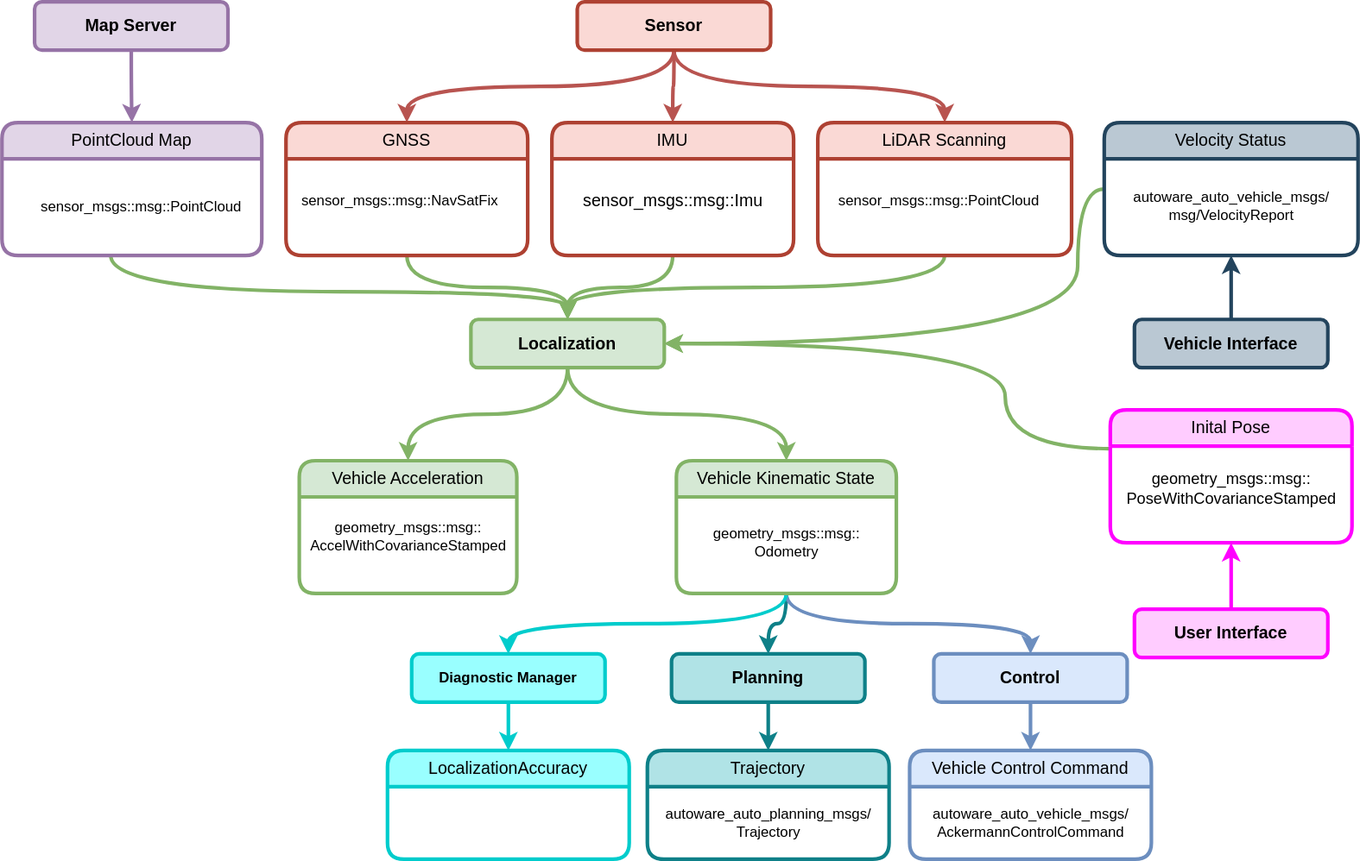
This is docs/design/autoware-interfaces/components/images/Localization-Bus-ODD-Architecture.drawio.svg from autowarefoundation/autoware-documentation, a draw.io export, as it was before one commit. Source tidied: cells renumbered, new cells last; positions are measured from the earlier drawing's top-left corner, leaving out a move shared by most shapes.
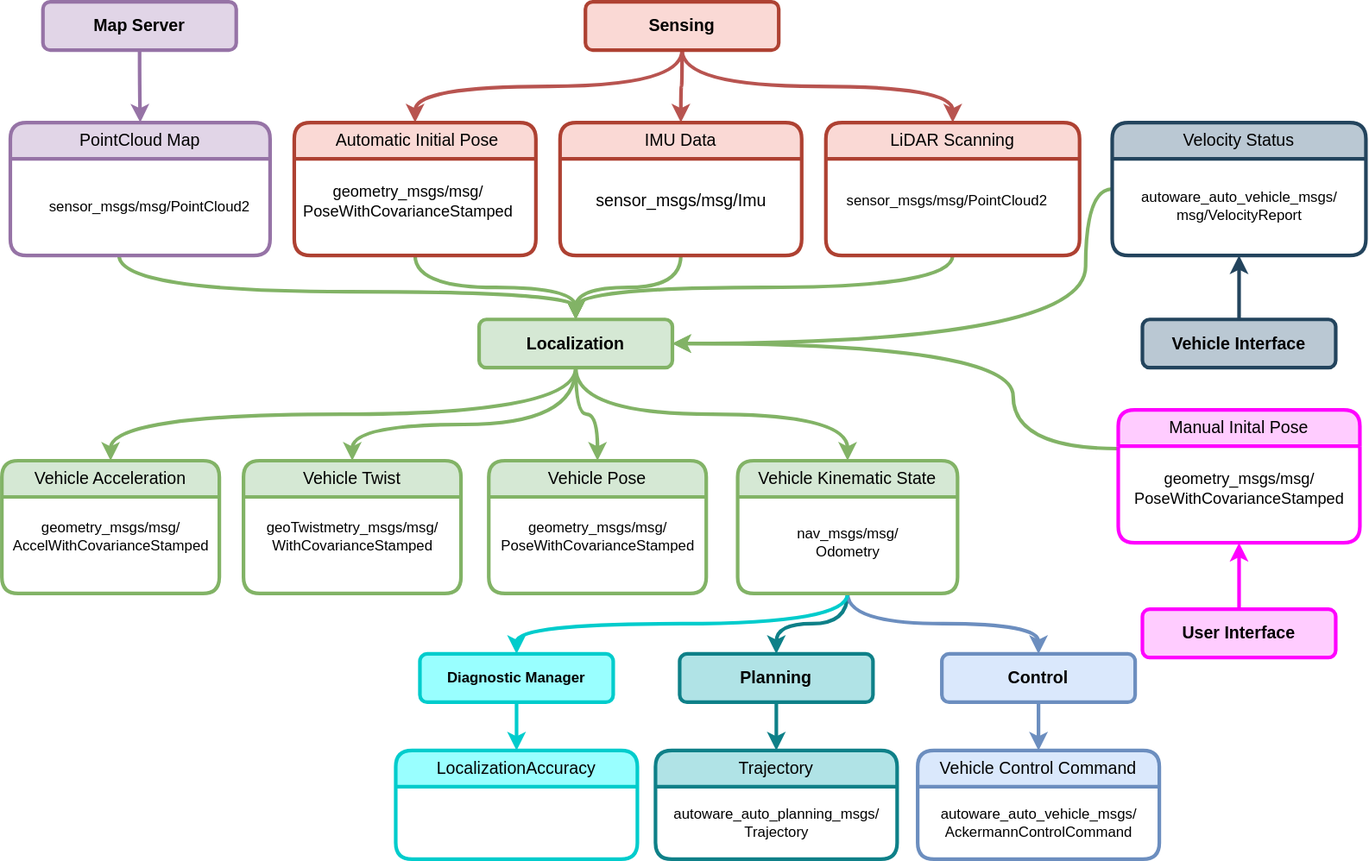
Above is the later version.

Commit message:
docs(design/autoware-interfaces): add localization interface

Diff of the diagram source:
```diff
@@ -11,10 +11,10 @@
         </Array>
       </mxGeometry>
     </mxCell>
-    <mxCell id="3" value="Inital Pose" style="swimlane;whiteSpace=wrap;html=1;rounded=1;fillColor=#FFCCFF;strokeColor=#ff00ff;strokeWidth=3;startSize=30;fontStyle=0;fontSize=14;" parent="1" vertex="1">
+    <mxCell id="3" value="Manual Inital Pose" style="swimlane;whiteSpace=wrap;html=1;rounded=1;fillColor=#FFCCFF;strokeColor=#ff00ff;strokeWidth=3;startSize=30;fontStyle=0;fontSize=14;" parent="1" vertex="1">
       <mxGeometry x="917" y="338" width="200" height="110" as="geometry" />
     </mxCell>
-    <mxCell id="4" value="&lt;div style=&quot;font-size: 13px;&quot;&gt;&lt;font style=&quot;font-size: 13px;&quot;&gt;geometry_msgs::msg::&lt;/font&gt;&lt;/div&gt;&lt;div style=&quot;font-size: 13px;&quot;&gt;&lt;font style=&quot;font-size: 13px;&quot;&gt;PoseWithCovarianceStamped&lt;/font&gt;&lt;/div&gt;" style="text;html=1;align=center;verticalAlign=middle;strokeColor=none;fillColor=none;" parent="3" vertex="1">
+    <mxCell id="4" value="&lt;div style=&quot;font-size: 13px;&quot;&gt;&lt;font style=&quot;font-size: 13px;&quot;&gt;geometry_msgs/msg/&lt;/font&gt;&lt;/div&gt;&lt;div style=&quot;font-size: 13px;&quot;&gt;&lt;font style=&quot;font-size: 13px;&quot;&gt;PoseWithCovarianceStamped&lt;/font&gt;&lt;/div&gt;" style="text;html=1;align=center;verticalAlign=middle;strokeColor=none;fillColor=none;" parent="3" vertex="1">
       <mxGeometry y="45" width="200" height="40" as="geometry" />
     </mxCell>
     <mxCell id="5" style="edgeStyle=orthogonalEdgeStyle;curved=1;rounded=1;jettySize=auto;html=1;strokeWidth=3;exitX=0.5;exitY=1;exitDx=0;exitDy=0;fillColor=#d5e8d4;strokeColor=#82b366;" parent="1" edge="1" source="7" target="42">
@@ -23,6 +23,17 @@
     <mxCell id="6" style="edgeStyle=orthogonalEdgeStyle;curved=1;rounded=0;jettySize=auto;html=1;strokeColor=#82b366;strokeWidth=3;fontSize=14;exitX=0.5;exitY=1;exitDx=0;exitDy=0;fillColor=#d5e8d4;" parent="1" edge="1" source="7" target="46">
       <mxGeometry relative="1" as="geometry" />
     </mxCell>
+    <mxCell id="51" style="edgeStyle=orthogonalEdgeStyle;rounded=0;jettySize=auto;html=1;curved=1;fillColor=#d5e8d4;strokeColor=#82b366;strokeWidth=3;exitX=0.5;exitY=1;exitDx=0;exitDy=0;" parent="1" edge="1" source="7" target="53">
+      <mxGeometry relative="1" as="geometry">
+        <Array as="points">
+          <mxPoint x="468" y="350" />
+          <mxPoint x="283" y="350" />
+        </Array>
+      </mxGeometry>
+    </mxCell>
+    <mxCell id="52" style="edgeStyle=orthogonalEdgeStyle;curved=1;rounded=0;jettySize=auto;html=1;entryX=0.5;entryY=0;entryDx=0;entryDy=0;strokeWidth=3;fillColor=#d5e8d4;strokeColor=#82b366;" parent="1" edge="1" source="7" target="55">
+      <mxGeometry relative="1" as="geometry" />
+    </mxCell>
     <mxCell id="7" value="&lt;font style=&quot;font-size: 14px;&quot;&gt;&lt;b&gt;&lt;font style=&quot;font-size: 14px;&quot;&gt;Localization&lt;/font&gt;&lt;/b&gt;&lt;/font&gt;" style="rounded=1;whiteSpace=wrap;html=1;fillColor=#d5e8d4;strokeColor=#82b366;strokeWidth=3;" parent="1" vertex="1">
       <mxGeometry x="388" y="263" width="160" height="40" as="geometry" />
     </mxCell>
@@ -56,7 +67,7 @@
     <mxCell id="15" value="&lt;font style=&quot;font-size: 14px;&quot;&gt;PointCloud Map&lt;/font&gt;" style="swimlane;whiteSpace=wrap;html=1;rounded=1;fillColor=#e1d5e7;strokeColor=#9673a6;strokeWidth=3;startSize=30;fontStyle=0;" parent="1" vertex="1">
       <mxGeometry y="100" width="215" height="110" as="geometry" />
     </mxCell>
-    <mxCell id="16" value="sensor_msgs::msg::PointCloud" style="text;html=1;align=center;verticalAlign=middle;strokeColor=none;fillColor=none;fontSize=12;" parent="15" vertex="1">
+    <mxCell id="16" value="sensor_msgs/msg/PointCloud2" style="text;html=1;align=center;verticalAlign=middle;strokeColor=none;fillColor=none;fontSize=12;" parent="15" vertex="1">
       <mxGeometry x="20" y="55" width="190" height="30" as="geometry" />
     </mxCell>
     <mxCell id="17" style="edgeStyle=orthogonalEdgeStyle;curved=1;rounded=1;jettySize=auto;html=1;strokeWidth=3;fillColor=#b0e3e6;strokeColor=#0e8088;exitX=0.5;exitY=1;exitDx=0;exitDy=0;" parent="1" edge="1" source="46" target="11">
@@ -77,26 +88,26 @@
     <mxCell id="22" style="edgeStyle=orthogonalEdgeStyle;curved=1;rounded=0;jettySize=auto;html=1;strokeWidth=3;exitX=0.5;exitY=1;exitDx=0;exitDy=0;fillColor=#f8cecc;strokeColor=#b85450;" parent="1" edge="1" source="23" target="25">
       <mxGeometry relative="1" as="geometry" />
     </mxCell>
-    <mxCell id="23" value="&lt;font style=&quot;font-size: 14px;&quot;&gt;&lt;b&gt;&lt;font style=&quot;font-size: 14px;&quot;&gt;Sensor&lt;/font&gt;&lt;/b&gt;&lt;/font&gt;" style="rounded=1;whiteSpace=wrap;html=1;strokeWidth=3;fillColor=#fad9d5;strokeColor=#ae4132;" parent="1" vertex="1">
+    <mxCell id="23" value="&lt;font style=&quot;font-size: 14px;&quot;&gt;&lt;b&gt;&lt;font style=&quot;font-size: 14px;&quot;&gt;Sensing&lt;/font&gt;&lt;/b&gt;&lt;/font&gt;" style="rounded=1;whiteSpace=wrap;html=1;strokeWidth=3;fillColor=#fad9d5;strokeColor=#ae4132;" parent="1" vertex="1">
       <mxGeometry x="476" width="160" height="40" as="geometry" />
     </mxCell>
     <mxCell id="24" style="edgeStyle=orthogonalEdgeStyle;curved=1;rounded=0;jettySize=auto;html=1;exitX=0.5;exitY=1;exitDx=0;exitDy=0;entryX=0.5;entryY=0;entryDx=0;entryDy=0;strokeColor=#82b366;strokeWidth=3;fillColor=#d5e8d4;" parent="1" edge="1" source="25" target="7">
       <mxGeometry relative="1" as="geometry" />
     </mxCell>
-    <mxCell id="25" value="GNSS" style="swimlane;whiteSpace=wrap;html=1;rounded=1;fillColor=#fad9d5;strokeColor=#ae4132;strokeWidth=3;startSize=30;fontStyle=0;fontSize=14;" parent="1" vertex="1">
+    <mxCell id="25" value="&amp;nbsp;Automatic Initial Pose" style="swimlane;whiteSpace=wrap;html=1;rounded=1;fillColor=#fad9d5;strokeColor=#ae4132;strokeWidth=3;startSize=30;fontStyle=0;fontSize=14;" parent="1" vertex="1">
       <mxGeometry x="235" y="100" width="200" height="110" as="geometry" />
     </mxCell>
-    <mxCell id="26" value="sensor_msgs::msg::NavSatFix" style="text;html=1;align=center;verticalAlign=middle;strokeColor=none;fillColor=none;fontSize=12;" parent="25" vertex="1">
-      <mxGeometry x="-1" y="50" width="190" height="30" as="geometry" />
+    <mxCell id="26" value="&lt;div style=&quot;font-size: 13px;&quot;&gt;&lt;font style=&quot;font-size: 13px;&quot;&gt;geometry_msgs/msg/&lt;/font&gt;&lt;/div&gt;&lt;div style=&quot;font-size: 13px;&quot;&gt;&lt;font style=&quot;font-size: 13px;&quot;&gt;PoseWithCovarianceStamped&lt;/font&gt;&lt;/div&gt;" style="text;html=1;align=center;verticalAlign=middle;strokeColor=none;fillColor=none;fontSize=12;" parent="25" vertex="1">
+      <mxGeometry x="-6" y="45" width="200" height="40" as="geometry" />
     </mxCell>
     <mxCell id="27" style="edgeStyle=orthogonalEdgeStyle;curved=1;rounded=0;jettySize=auto;html=1;exitX=0.5;exitY=1;exitDx=0;exitDy=0;entryX=0.5;entryY=0;entryDx=0;entryDy=0;strokeColor=#82b366;strokeWidth=3;fillColor=#d5e8d4;" parent="1" edge="1" source="28" target="7">
       <mxGeometry relative="1" as="geometry" />
     </mxCell>
-    <mxCell id="28" value="&lt;font style=&quot;font-size: 14px;&quot; face=&quot;Helvetica&quot;&gt;IMU&lt;/font&gt;" style="swimlane;whiteSpace=wrap;html=1;rounded=1;fillColor=#fad9d5;strokeColor=#ae4132;strokeWidth=3;startSize=30;fontStyle=0;fontSize=14;" parent="1" vertex="1">
+    <mxCell id="28" value="&lt;font style=&quot;font-size: 14px;&quot; face=&quot;Helvetica&quot;&gt;IMU Data&lt;br&gt;&lt;/font&gt;" style="swimlane;whiteSpace=wrap;html=1;rounded=1;fillColor=#fad9d5;strokeColor=#ae4132;strokeWidth=3;startSize=30;fontStyle=0;fontSize=14;" parent="1" vertex="1">
       <mxGeometry x="455" y="100" width="200" height="110" as="geometry" />
     </mxCell>
-    <mxCell id="29" value="&lt;font style=&quot;font-size: 14px;&quot;&gt;sensor_msgs::msg::Imu&lt;/font&gt;" style="text;html=1;align=center;verticalAlign=middle;strokeColor=none;fillColor=none;fontSize=12;fontColor=#000000;" parent="28" vertex="1">
-      <mxGeometry x="15" y="50" width="170" height="30" as="geometry" />
+    <mxCell id="29" value="&lt;font style=&quot;font-size: 14px;&quot;&gt;sensor_msgs/msg/Imu&lt;/font&gt;" style="text;html=1;align=center;verticalAlign=middle;strokeColor=none;fillColor=none;fontSize=12;fontColor=#000000;" parent="28" vertex="1">
+      <mxGeometry x="20" y="50" width="160" height="30" as="geometry" />
     </mxCell>
     <mxCell id="30" style="edgeStyle=orthogonalEdgeStyle;curved=1;rounded=0;jettySize=auto;html=1;strokeWidth=3;fillColor=#bac8d3;strokeColor=#23445d;entryX=0.5;entryY=1;entryDx=0;entryDy=0;" parent="1" edge="1" source="31" target="33">
       <mxGeometry relative="1" as="geometry" />
@@ -124,7 +135,7 @@
     <mxCell id="36" value="LiDAR Scanning" style="swimlane;whiteSpace=wrap;html=1;rounded=1;fillColor=#fad9d5;strokeColor=#ae4132;strokeWidth=3;startSize=30;fontStyle=0;fontSize=14;" parent="1" vertex="1">
       <mxGeometry x="675" y="100" width="210" height="110" as="geometry" />
     </mxCell>
-    <mxCell id="37" value="sensor_msgs::msg::PointCloud" style="text;html=1;align=center;verticalAlign=middle;strokeColor=none;fillColor=none;fontSize=12;" parent="36" vertex="1">
+    <mxCell id="37" value="sensor_msgs/msg/PointCloud2" style="text;html=1;align=center;verticalAlign=middle;strokeColor=none;fillColor=none;fontSize=12;" parent="36" vertex="1">
       <mxGeometry x="5" y="50" width="190" height="30" as="geometry" />
     </mxCell>
     <mxCell id="38" value="Vehicle Control Command" style="swimlane;whiteSpace=wrap;html=1;rounded=1;fillColor=#dae8fc;strokeColor=#6c8ebf;strokeWidth=3;startSize=30;fontStyle=0;fontSize=14;" parent="1" vertex="1">
@@ -140,9 +151,9 @@
       <mxGeometry x="5" y="40" width="190" height="40" as="geometry" />
     </mxCell>
     <mxCell id="42" value="Vehicle Acceleration" style="swimlane;whiteSpace=wrap;html=1;rounded=1;fillColor=#d5e8d4;strokeColor=#82b366;strokeWidth=3;startSize=30;fontStyle=0;fontSize=14;" parent="1" vertex="1">
-      <mxGeometry x="246" y="380" width="180" height="110" as="geometry" />
+      <mxGeometry x="-7" y="380" width="180" height="110" as="geometry" />
     </mxCell>
-    <mxCell id="43" value="&lt;div style=&quot;font-size: 12px;&quot;&gt;geometry_msgs::msg::&lt;/div&gt;&lt;div style=&quot;font-size: 12px;&quot;&gt;AccelWithCovarianceStamped&lt;/div&gt;" style="text;html=1;align=center;verticalAlign=middle;strokeColor=none;fillColor=none;fontSize=12;" parent="42" vertex="1">
+    <mxCell id="43" value="&lt;div style=&quot;font-size: 12px;&quot;&gt;geometry_msgs/msg/&lt;/div&gt;&lt;div style=&quot;font-size: 12px;&quot;&gt;AccelWithCovarianceStamped&lt;/div&gt;" style="text;html=1;align=center;verticalAlign=middle;strokeColor=none;fillColor=none;fontSize=12;" parent="42" vertex="1">
       <mxGeometry y="43" width="180" height="40" as="geometry" />
     </mxCell>
     <mxCell id="44" style="edgeStyle=orthogonalEdgeStyle;curved=1;rounded=0;jettySize=auto;html=1;strokeColor=#6c8ebf;strokeWidth=3;fontSize=14;exitX=0.5;exitY=1;exitDx=0;exitDy=0;fillColor=#dae8fc;" parent="1" edge="1" source="46" target="19">
@@ -152,10 +163,10 @@
       <mxGeometry relative="1" as="geometry" />
     </mxCell>
     <mxCell id="46" value="Vehicle Kinematic State" style="swimlane;whiteSpace=wrap;html=1;rounded=1;fillColor=#d5e8d4;strokeColor=#82b366;strokeWidth=3;startSize=30;fontStyle=0;fontSize=14;" parent="1" vertex="1">
-      <mxGeometry x="558" y="380" width="182" height="110" as="geometry" />
+      <mxGeometry x="602" y="380" width="182" height="110" as="geometry" />
     </mxCell>
-    <mxCell id="47" value="&lt;div style=&quot;font-size: 12px;&quot;&gt;geometry_msgs::msg::&lt;/div&gt;&lt;div style=&quot;font-size: 12px;&quot;&gt;Odometry&lt;br style=&quot;font-size: 12px;&quot;&gt;&lt;/div&gt;" style="text;html=1;align=center;verticalAlign=middle;strokeColor=none;fillColor=none;fontSize=12;" parent="46" vertex="1">
-      <mxGeometry x="21" y="48" width="140" height="40" as="geometry" />
+    <mxCell id="47" value="&lt;div style=&quot;font-size: 12px;&quot;&gt;nav_msgs/msg/&lt;/div&gt;&lt;div style=&quot;font-size: 12px;&quot;&gt;Odometry&lt;br style=&quot;font-size: 12px;&quot;&gt;&lt;/div&gt;" style="text;html=1;align=center;verticalAlign=middle;strokeColor=none;fillColor=none;fontSize=12;" parent="46" vertex="1">
+      <mxGeometry x="36" y="48" width="110" height="40" as="geometry" />
     </mxCell>
     <mxCell id="48" style="edgeStyle=orthogonalEdgeStyle;curved=1;rounded=0;jettySize=auto;html=1;strokeColor=#00CCCC;strokeWidth=3;fillColor=#66ffff;" parent="1" edge="1" source="49" target="50">
       <mxGeometry relative="1" as="geometry" />
@@ -166,5 +177,17 @@
     <mxCell id="50" value="LocalizationAccuracy" style="swimlane;whiteSpace=wrap;html=1;rounded=1;fillColor=#99FFFF;strokeColor=#00CCCC;strokeWidth=3;startSize=30;fontStyle=0;fontSize=14;" parent="1" vertex="1">
       <mxGeometry x="319" y="620" width="200" height="90" as="geometry" />
     </mxCell>
+    <mxCell id="53" value="Vehicle Twist" style="swimlane;whiteSpace=wrap;html=1;rounded=1;fillColor=#d5e8d4;strokeColor=#82b366;strokeWidth=3;startSize=30;fontStyle=0;fontSize=14;" parent="1" vertex="1">
+      <mxGeometry x="193" y="380" width="180" height="110" as="geometry" />
+    </mxCell>
+    <mxCell id="54" value="&lt;div style=&quot;font-size: 12px;&quot;&gt;geoTwistmetry_msgs/msg/&lt;/div&gt;&lt;div style=&quot;font-size: 12px;&quot;&gt;WithCovarianceStamped&lt;/div&gt;" style="text;html=1;align=center;verticalAlign=middle;strokeColor=none;fillColor=none;fontSize=12;" parent="53" vertex="1">
+      <mxGeometry x="10" y="43" width="160" height="40" as="geometry" />
+    </mxCell>
+    <mxCell id="55" value="Vehicle Pose" style="swimlane;whiteSpace=wrap;html=1;rounded=1;fillColor=#d5e8d4;strokeColor=#82b366;strokeWidth=3;startSize=30;fontStyle=0;fontSize=14;" parent="1" vertex="1">
+      <mxGeometry x="396" y="380" width="180" height="110" as="geometry" />
+    </mxCell>
+    <mxCell id="56" value="&lt;div style=&quot;font-size: 12px;&quot;&gt;geometry_msgs/msg/&lt;/div&gt;&lt;div style=&quot;font-size: 12px;&quot;&gt;PoseWithCovarianceStamped&lt;/div&gt;" style="text;html=1;align=center;verticalAlign=middle;strokeColor=none;fillColor=none;fontSize=12;" parent="55" vertex="1">
+      <mxGeometry y="43" width="180" height="40" as="geometry" />
+    </mxCell>
   </root>
 </mxGraphModel>
```
